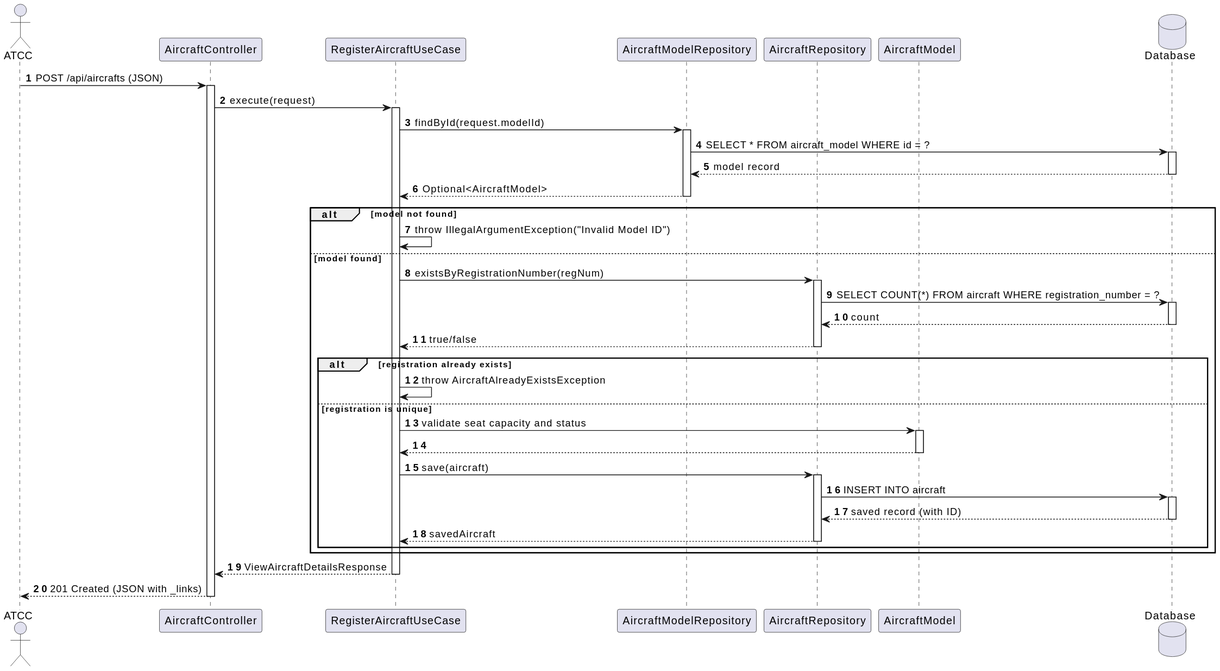
The PlantUML diagram docs/system-documentation/use-cases/WP1A/US102/svg/sd_us102.svg in VascoMagolo/psoft_1231562_1241692_1242036_2db, before a commit.
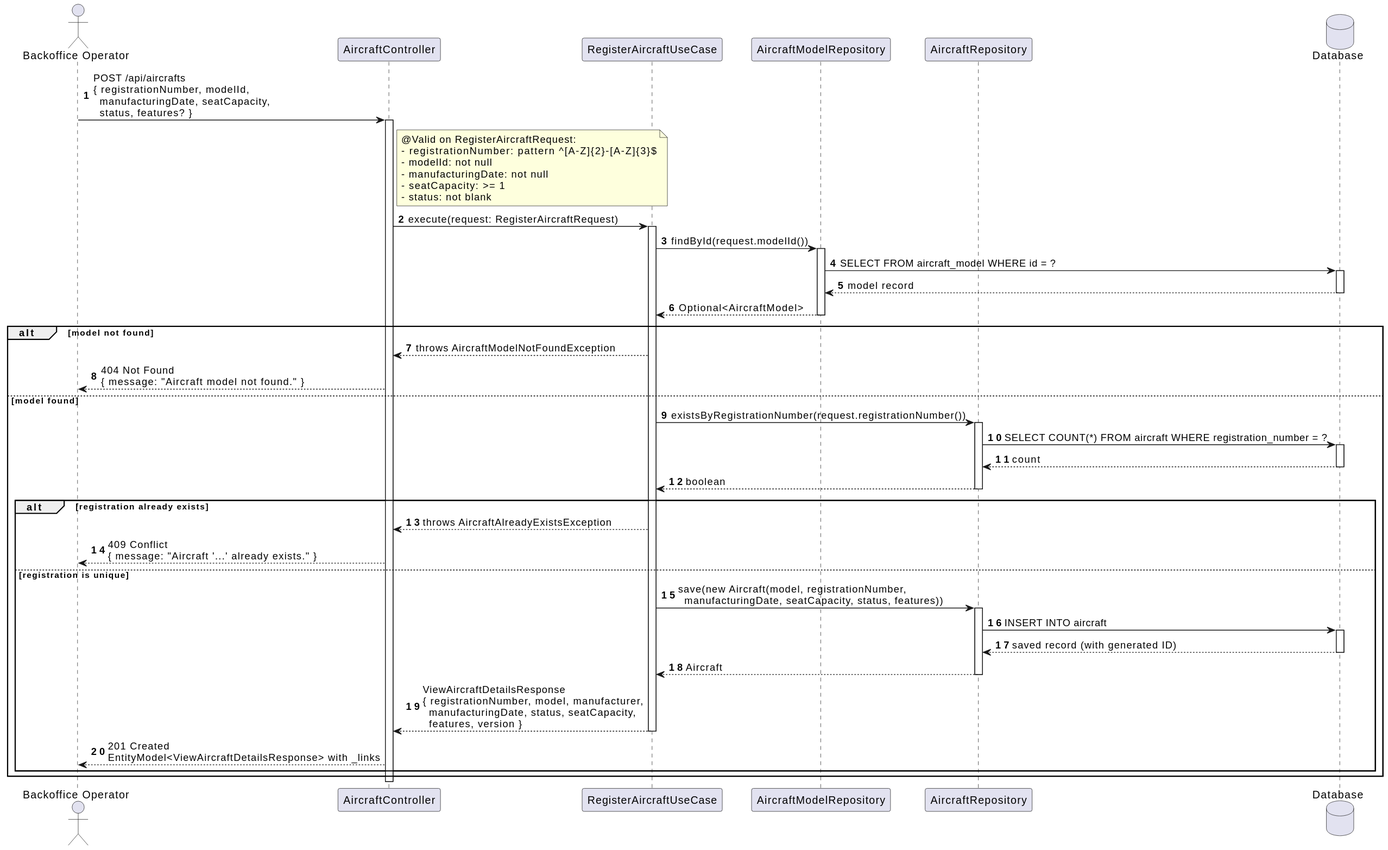
The same file after the commit.

Diff of the diagram source:
```diff
@@ -1,54 +1,67 @@
 @startuml
 autonumber
-actor "ATCC" as ATCC
+actor "Backoffice Operator" as BO
 participant "AircraftController" as Ctrl
 participant "RegisterAircraftUseCase" as UC
 participant "AircraftModelRepository" as ModelRepo
 participant "AircraftRepository" as Repo
-participant "AircraftModel" as Model
 database "Database" as DB
-ATCC -> Ctrl : POST /api/aircrafts (JSON)
+
+BO -> Ctrl : POST /api/aircrafts\n{ registrationNumber, modelId,\n  manufacturingDate, seatCapacity,\n  status, features? }
 activate Ctrl
-Ctrl -> UC : execute(request)
+
+note right of Ctrl
+  @Valid on RegisterAircraftRequest:
+  - registrationNumber: pattern ^[A-Z]{2}-[A-Z]{3}$
+  - modelId: not null
+  - manufacturingDate: not null
+  - seatCapacity: >= 1
+  - status: not blank
+end note
+
+Ctrl -> UC : execute(request: RegisterAircraftRequest)
 activate UC
-UC -> ModelRepo : findById(request.modelId)
+
+UC -> ModelRepo : findById(request.modelId())
 activate ModelRepo
-ModelRepo -> DB : SELECT * FROM aircraft_model WHERE id = ?
+ModelRepo -> DB : SELECT FROM aircraft_model WHERE id = ?
 activate DB
 DB --> ModelRepo : model record
 deactivate DB
 ModelRepo --> UC : Optional<AircraftModel>
 deactivate ModelRepo
+
 alt model not found
-    UC -> UC : throw IllegalArgumentException("Invalid Model ID")
+  UC --> Ctrl : throws AircraftModelNotFoundException
+  Ctrl --> BO : 404 Not Found\n{ message: "Aircraft model not found." }
 else model found
-    UC -> Repo : existsByRegistrationNumber(regNum)
+  UC -> Repo : existsByRegistrationNumber(request.registrationNumber())
+  activate Repo
+  Repo -> DB : SELECT COUNT(*) FROM aircraft WHERE registration_number = ?
+  activate DB
+  DB --> Repo : count
+  deactivate DB
+  Repo --> UC : boolean
+  deactivate Repo
+
+  alt registration already exists
+    UC --> Ctrl : throws AircraftAlreadyExistsException
+    Ctrl --> BO : 409 Conflict\n{ message: "Aircraft '...' already exists." }
+  else registration is unique
+    UC -> Repo : save(new Aircraft(model, registrationNumber,\n  manufacturingDate, seatCapacity, status, features))
     activate Repo
-    Repo -> DB : SELECT COUNT(*) FROM aircraft WHERE registration_number = ?
+    Repo -> DB : INSERT INTO aircraft
     activate DB
-    DB --> Repo : count
+    DB --> Repo : saved record (with generated ID)
     deactivate DB
-    Repo --> UC : true/false
+    Repo --> UC : Aircraft
     deactivate Repo
-    alt registration already exists
-        UC -> UC : throw AircraftAlreadyExistsException
-    else registration is unique
-        UC -> Model : validate seat capacity and status
-        activate Model
-        Model --> UC
-        deactivate Model
-        UC -> Repo : save(aircraft)
-        activate Repo
-        Repo -> DB : INSERT INTO aircraft
-        activate DB
-        DB --> Repo : saved record (with ID)
-        deactivate DB
-        Repo --> UC : savedAircraft
-        deactivate Repo
-    end
+
+    UC --> Ctrl : ViewAircraftDetailsResponse\n{ registrationNumber, model, manufacturer,\n  manufacturingDate, status, seatCapacity,\n  features, version }
+    deactivate UC
+    Ctrl --> BO : 201 Created\nEntityModel<ViewAircraftDetailsResponse> with _links
+  end
 end
-UC --> Ctrl : ViewAircraftDetailsResponse
-deactivate UC
-Ctrl --> ATCC : 201 Created (JSON with _links)
+
 deactivate Ctrl
 @enduml
```
